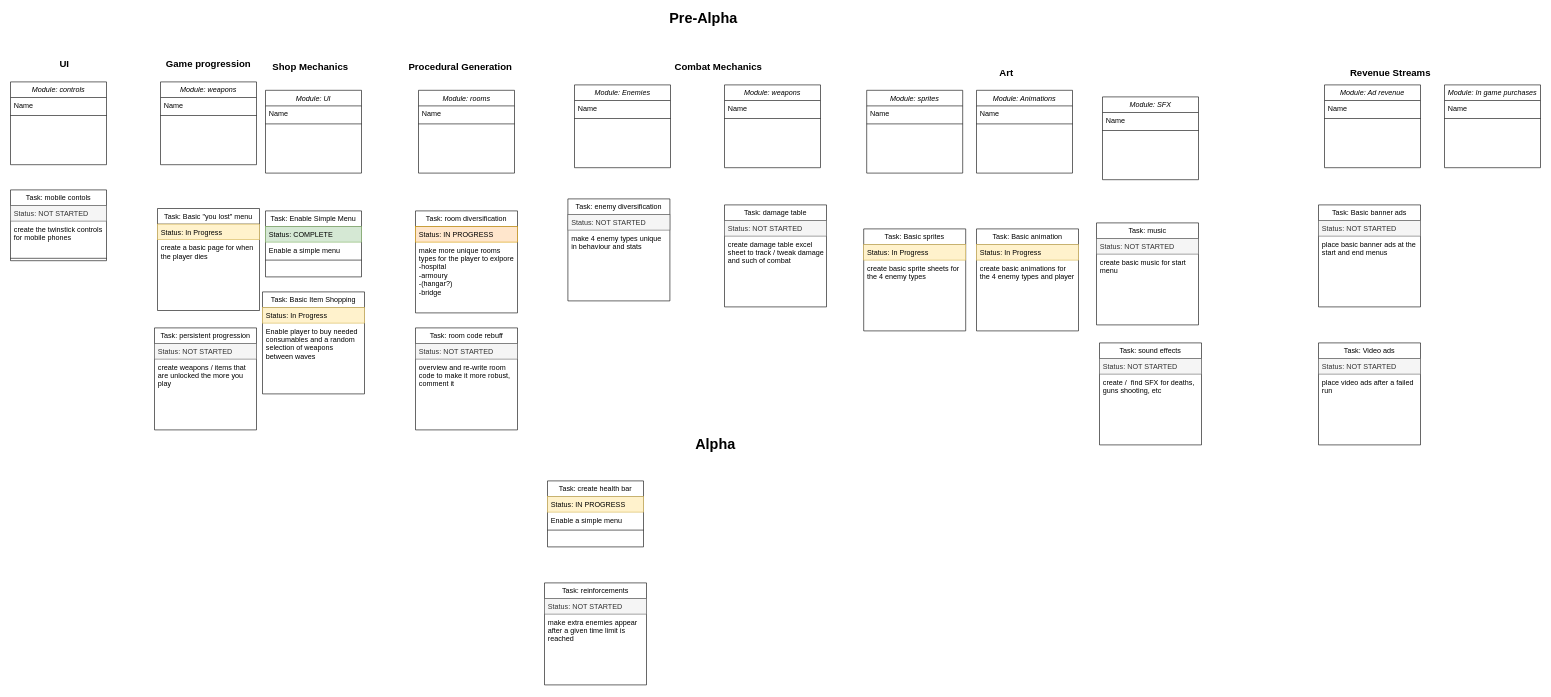
Above: block-diagrams/project-management.drawio in DamienSabljak/space-game (draw.io), before the change. Source tidied: cells renumbered, new cells numbered last; positions are measured from the earlier drawing's top-left corner, leaving out a move shared by most shapes. Both pictures are drawn from the tidied source at 60%, with x=0, y=0 at pixel (10, 13).
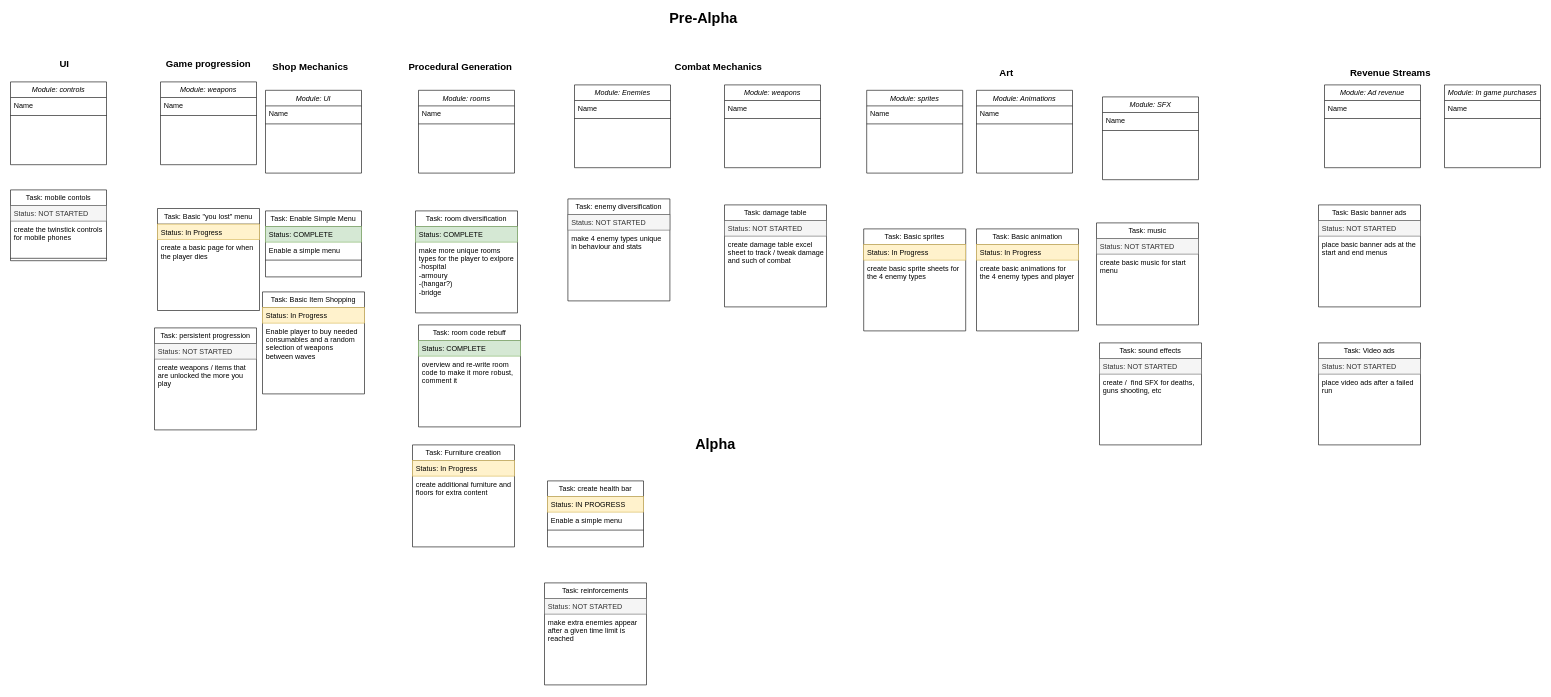
The same page after the edit.

The change refers to these unchanged cells:
```xml
<mxCell id="93" value="Task: room diversification" style="swimlane;fontStyle=0;align=center;verticalAlign=top;horizontal=1;startSize=26;rounded=0;shadow=0;strokeWidth=1;" parent="1" vertex="1">
  <mxGeometry x="675" y="330" width="170" height="170" as="geometry" />
</mxCell>
```

What changed in the source:
```diff
@@
-    <mxCell id="94" value="Status: IN PROGRESS" style="text;align=left;verticalAlign=top;spacingLeft=4;spacingRight=4;overflow=hidden;strokeColor=#d79b00;fillColor=#ffe6cc;" parent="93" vertex="1">
+    <mxCell id="94" value="Status: COMPLETE" style="text;align=left;verticalAlign=top;spacingLeft=4;spacingRight=4;overflow=hidden;strokeColor=#82b366;fillColor=#d5e8d4;" parent="93" vertex="1">
       <mxGeometry y="26" width="170" height="26" as="geometry" />
     </mxCell>
@@
     <mxCell id="96" value="Task: room code rebuff" style="swimlane;fontStyle=0;align=center;verticalAlign=top;horizontal=1;startSize=26;rounded=0;shadow=0;strokeWidth=1;" parent="1" vertex="1">
-      <mxGeometry x="675" y="525" width="170" height="170" as="geometry" />
+      <mxGeometry x="680" y="520" width="170" height="170" as="geometry" />
     </mxCell>
-    <mxCell id="97" value="Status: NOT STARTED" style="text;align=left;verticalAlign=top;spacingLeft=4;spacingRight=4;overflow=hidden;strokeColor=#666666;fillColor=#f5f5f5;fontColor=#333333;" parent="96" vertex="1">
+    <mxCell id="97" value="Status: COMPLETE&#10;&#10;" style="text;align=left;verticalAlign=top;spacingLeft=4;spacingRight=4;overflow=hidden;strokeColor=#82b366;fillColor=#d5e8d4;" parent="96" vertex="1">
       <mxGeometry y="26" width="170" height="26" as="geometry" />
     </mxCell>
@@
+    <mxCell id="99" value="Task: Furniture creation" style="swimlane;fontStyle=0;align=center;verticalAlign=top;horizontal=1;startSize=26;rounded=0;shadow=0;strokeWidth=1;" parent="1" vertex="1">
+      <mxGeometry x="670" y="720" width="170" height="170" as="geometry" />
+    </mxCell>
+    <mxCell id="100" value="Status: In Progress" style="text;align=left;verticalAlign=top;spacingLeft=4;spacingRight=4;overflow=hidden;strokeColor=#d6b656;fillColor=#fff2cc;" parent="99" vertex="1">
+      <mxGeometry y="26" width="170" height="26" as="geometry" />
+    </mxCell>
+    <mxCell id="101" value="create additional furniture and&#10;floors for extra content " style="text;align=left;verticalAlign=top;spacingLeft=4;spacingRight=4;overflow=hidden;rounded=0;shadow=0;html=0;" parent="99" vertex="1">
+      <mxGeometry y="52" width="170" height="118" as="geometry" />
+    </mxCell>
```
